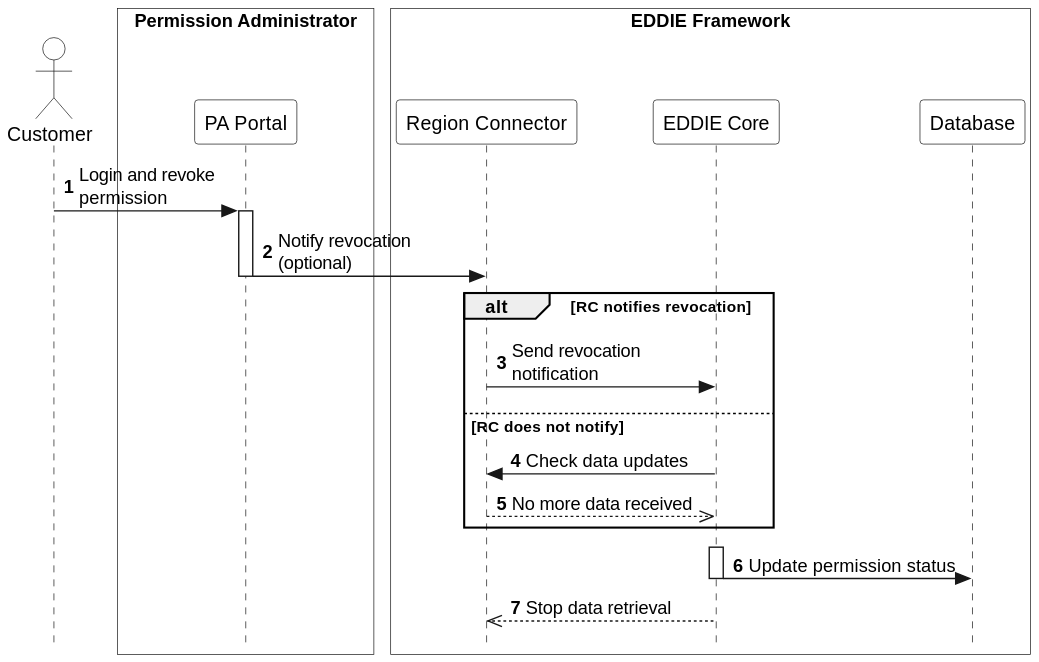
The PlantUML diagram arc42/eddie-framework/runtime-view/figures/eddie-framework-revoke-permission.svg in eddie-energy/architecture, before a commit.
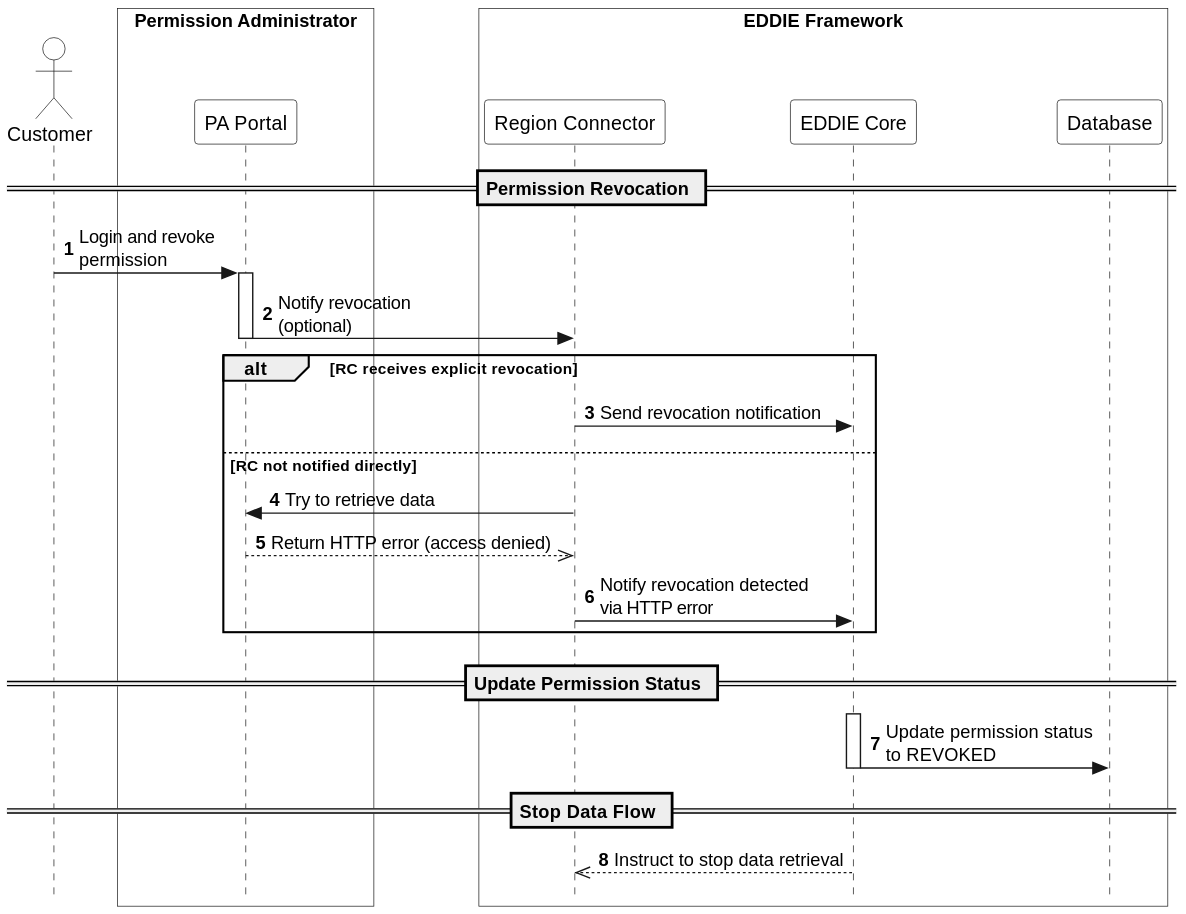
Above is the later version.

Commit message:
Part of #126: Fixed workflows of revoking permissions and collecting data via HTTP.

Diff of the diagram source:
```diff
@@ -19,21 +19,25 @@
   participant "Database" as db
 end box
 
+== Permission Revocation ==
 customer -> paPortal : Login and revoke\npermission
 activate paPortal
 paPortal -> rc : Notify revocation\n(optional)
 deactivate paPortal
 
-alt RC notifies revocation
-  rc -> eddie : Send revocation\nnotification
-else RC does not notify
-  eddie -> rc : Check data updates
-  rc -->> eddie : No more data received
+alt RC receives explicit revocation
+  rc -> eddie : Send revocation notification
+else RC not notified directly
+  rc -> paPortal : Try to retrieve data
+  paPortal -->> rc : Return HTTP error (access denied)
+  rc -> eddie : Notify revocation detected\nvia HTTP error
 end
 
+== Update Permission Status ==
 activate eddie
-eddie -> db : Update permission status
+eddie -> db : Update permission status\nto REVOKED
 deactivate eddie
 
-eddie -->> rc : Stop data retrieval
+== Stop Data Flow ==
+eddie -->> rc : Instruct to stop data retrieval
 @enduml
```
